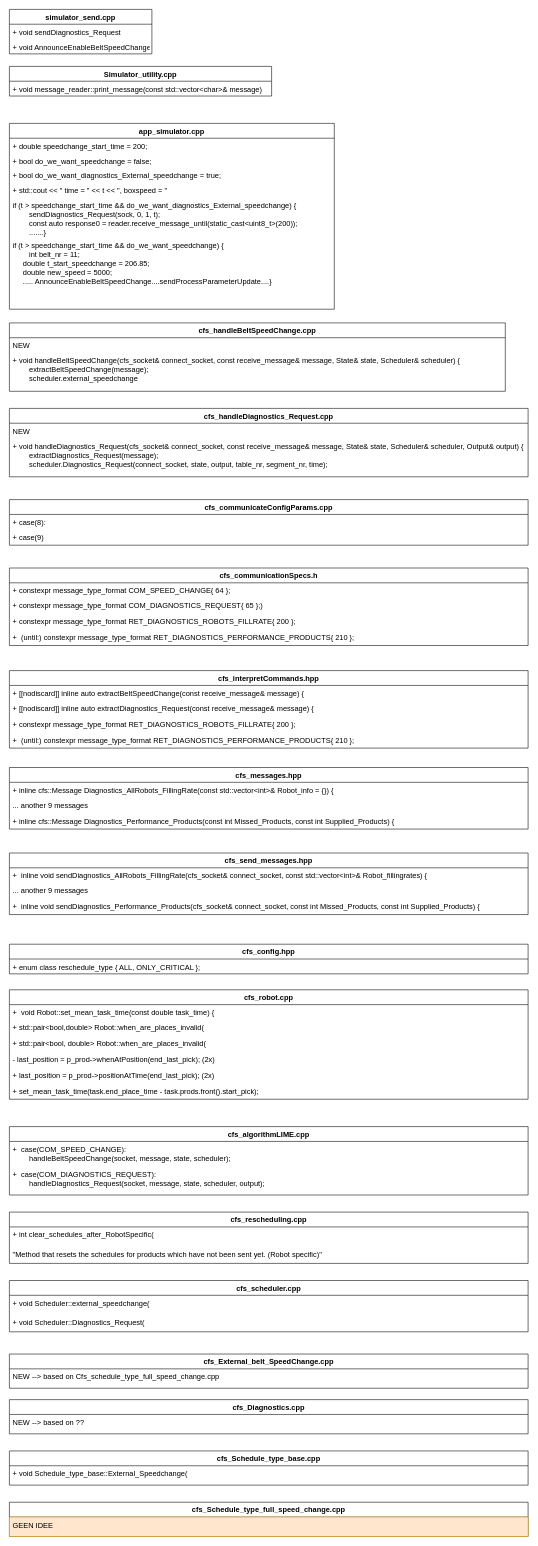
Above: SpeedChangeSimulator.drawio in evelinedrijver/Thesis (draw.io), before the change. Source tidied: cells renumbered, new cells numbered last; positions are measured from the earlier drawing's top-left corner, leaving out a move shared by most shapes. Both pictures are drawn from the tidied source at 57%, with x=0, y=0 at pixel (9, 9).
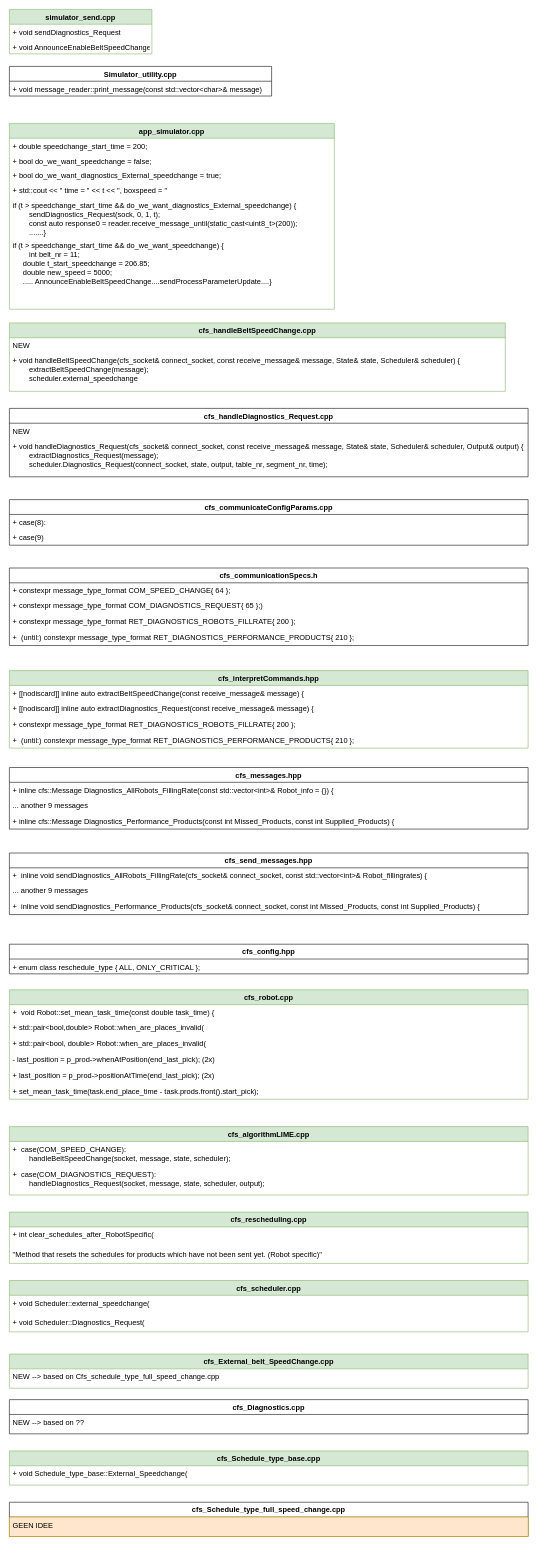
After the change.

The edit, as a diff of the source:
```diff
@@
-    <mxCell id="4" value="simulator_send.cpp" style="swimlane;fontStyle=1;horizontal=1;startSize=26;fillColor=none;fontSize=13;" parent="1" vertex="1">
+    <mxCell id="4" value="simulator_send.cpp" style="swimlane;fontStyle=1;horizontal=1;startSize=26;fillColor=#d5e8d4;fontSize=13;strokeColor=#82b366;" parent="1" vertex="1">
       <mxGeometry width="250" height="78" as="geometry" />
     </mxCell>
@@
-    <mxCell id="7" value="app_simulator.cpp" style="swimlane;fontStyle=1;horizontal=1;startSize=26;fillColor=none;fontSize=13;" parent="1" vertex="1">
+    <mxCell id="7" value="app_simulator.cpp" style="swimlane;fontStyle=1;horizontal=1;startSize=26;fillColor=#d5e8d4;fontSize=13;strokeColor=#82b366;" parent="1" vertex="1">
       <mxGeometry y="200" width="570" height="326" as="geometry" />
     </mxCell>
@@
-    <mxCell id="15" value="cfs_handleBeltSpeedChange.cpp" style="swimlane;fontStyle=1;horizontal=1;startSize=26;fillColor=none;fontSize=13;" parent="1" vertex="1">
+    <mxCell id="15" value="cfs_handleBeltSpeedChange.cpp" style="swimlane;fontStyle=1;horizontal=1;startSize=26;fillColor=#d5e8d4;fontSize=13;strokeColor=#82b366;" parent="1" vertex="1">
       <mxGeometry y="550" width="870" height="120" as="geometry" />
     </mxCell>
@@
-    <mxCell id="29" value="cfs_interpretCommands.hpp" style="swimlane;fontStyle=1;horizontal=1;startSize=26;fillColor=none;fontSize=13;" parent="1" vertex="1">
+    <mxCell id="29" value="cfs_interpretCommands.hpp" style="swimlane;fontStyle=1;horizontal=1;startSize=26;fillColor=#d5e8d4;fontSize=13;strokeColor=#82b366;" parent="1" vertex="1">
       <mxGeometry y="1160" width="910" height="136" as="geometry" />
     </mxCell>
@@
-    <mxCell id="44" value="cfs_robot.cpp" style="swimlane;fontStyle=1;horizontal=1;startSize=26;fillColor=none;fontSize=13;" parent="1" vertex="1">
+    <mxCell id="44" value="cfs_robot.cpp" style="swimlane;fontStyle=1;horizontal=1;startSize=26;fillColor=#d5e8d4;fontSize=13;strokeColor=#82b366;" parent="1" vertex="1">
       <mxGeometry y="1720" width="910" height="192" as="geometry" />
     </mxCell>
@@
-    <mxCell id="51" value="cfs_algorithmLIME.cpp" style="swimlane;fontStyle=1;horizontal=1;startSize=26;fillColor=none;fontSize=13;" parent="1" vertex="1">
+    <mxCell id="51" value="cfs_algorithmLIME.cpp" style="swimlane;fontStyle=1;horizontal=1;startSize=26;fillColor=#d5e8d4;fontSize=13;strokeColor=#82b366;" parent="1" vertex="1">
       <mxGeometry y="1960" width="910" height="120" as="geometry" />
     </mxCell>
@@
-    <mxCell id="54" value="cfs_rescheduling.cpp" style="swimlane;fontStyle=1;horizontal=1;startSize=26;fillColor=none;fontSize=13;" parent="1" vertex="1">
+    <mxCell id="54" value="cfs_rescheduling.cpp" style="swimlane;fontStyle=1;horizontal=1;startSize=26;fillColor=#d5e8d4;fontSize=13;strokeColor=#82b366;" parent="1" vertex="1">
       <mxGeometry y="2110" width="910" height="90" as="geometry" />
     </mxCell>
@@
-    <mxCell id="57" value="cfs_scheduler.cpp" style="swimlane;fontStyle=1;horizontal=1;startSize=26;fillColor=none;fontSize=13;" parent="1" vertex="1">
+    <mxCell id="57" value="cfs_scheduler.cpp" style="swimlane;fontStyle=1;horizontal=1;startSize=26;fillColor=#d5e8d4;fontSize=13;strokeColor=#82b366;" parent="1" vertex="1">
       <mxGeometry y="2230" width="910" height="90" as="geometry" />
     </mxCell>
@@
-    <mxCell id="60" value="cfs_External_belt_SpeedChange.cpp" style="swimlane;fontStyle=1;horizontal=1;startSize=26;fillColor=none;fontSize=13;" parent="1" vertex="1">
+    <mxCell id="60" value="cfs_External_belt_SpeedChange.cpp" style="swimlane;fontStyle=1;horizontal=1;startSize=26;fillColor=#d5e8d4;fontSize=13;strokeColor=#82b366;" parent="1" vertex="1">
       <mxGeometry y="2359" width="910" height="60" as="geometry" />
     </mxCell>
@@
-    <mxCell id="64" value="cfs_Schedule_type_base.cpp" style="swimlane;fontStyle=1;horizontal=1;startSize=26;fillColor=none;fontSize=13;" parent="1" vertex="1">
+    <mxCell id="64" value="cfs_Schedule_type_base.cpp" style="swimlane;fontStyle=1;horizontal=1;startSize=26;fillColor=#d5e8d4;fontSize=13;strokeColor=#82b366;" parent="1" vertex="1">
       <mxGeometry y="2529" width="910" height="60" as="geometry" />
     </mxCell>
```
